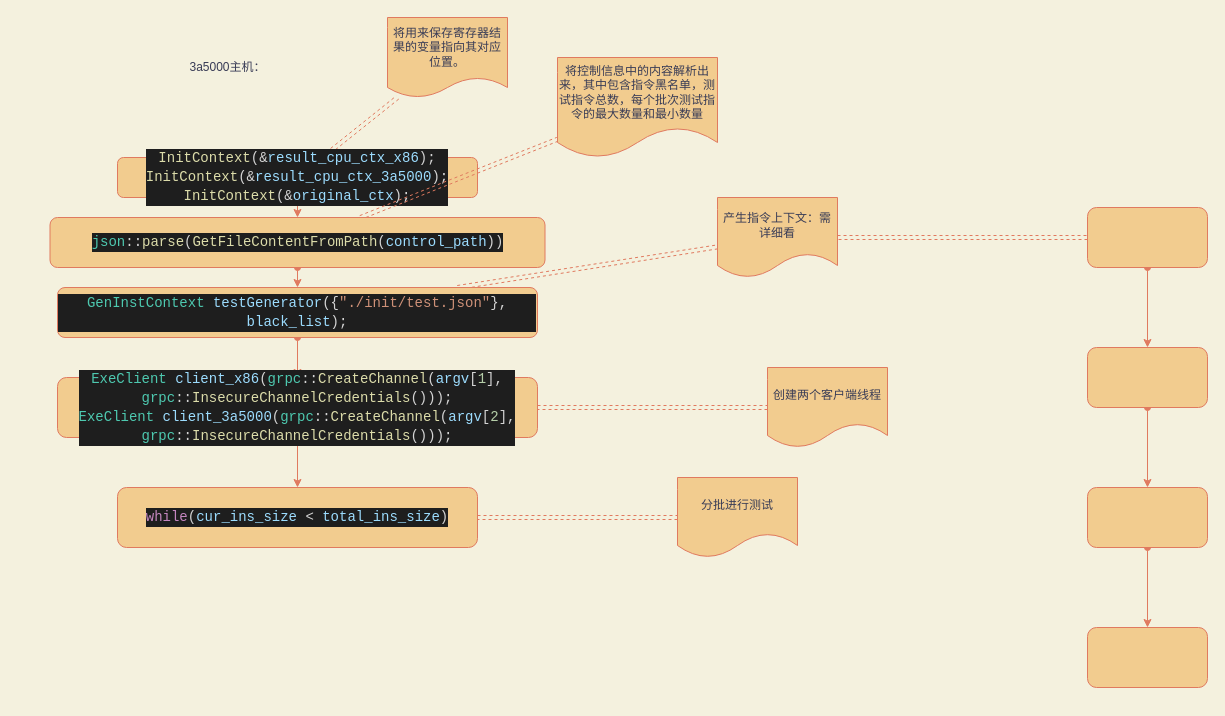
ganjue66da/ganjue66da keeps this draw.io diagram as page "Page-1" (1 of 2) of Untitled Diagram.drawio. Above is the earlier version. Source tidied: cells renumbered, new cells numbered last; positions are measured from the earlier drawing's top-left corner, leaving out a move shared by most shapes. Both pictures are drawn from the tidied source at 100%, with x=0, y=0 at pixel (49, 17).
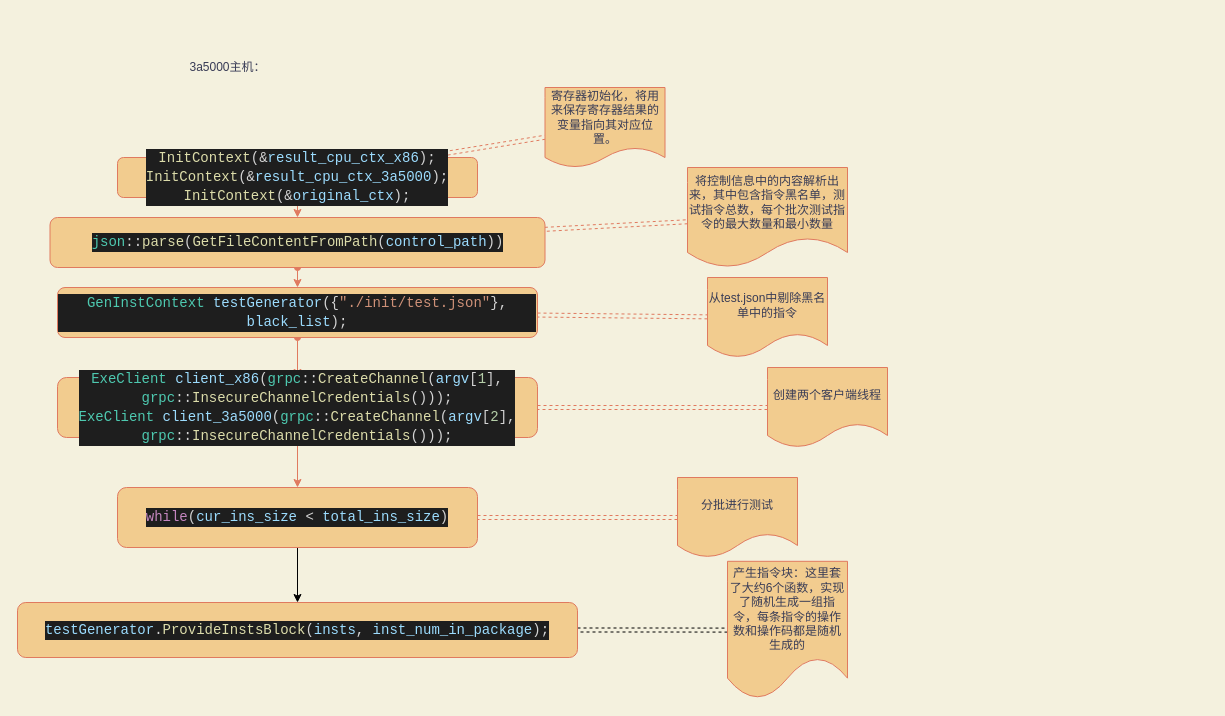
The same page after the edit.

Unchanged cells that the change refers to:
```xml
<mxCell id="17" value="&lt;div style=&quot;color: rgb(212 , 212 , 212) ; background-color: rgb(30 , 30 , 30) ; font-family: &amp;#34;droid sans mono&amp;#34; , monospace , monospace , &amp;#34;droid sans fallback&amp;#34; ; font-size: 14px ; line-height: 19px&quot;&gt;&lt;span style=&quot;color: #c586c0&quot;&gt;while&lt;/span&gt;(&lt;span style=&quot;color: #9cdcfe&quot;&gt;cur_ins_size&lt;/span&gt; &amp;lt; &lt;span style=&quot;color: #9cdcfe&quot;&gt;total_ins_size&lt;/span&gt;)&lt;/div&gt;" style="whiteSpace=wrap;html=1;rounded=1;shadow=0;fontColor=#393C56;strokeColor=#E07A5F;strokeWidth=1;fillColor=#F2CC8F;glass=0;" parent="1" vertex="1">
  <mxGeometry x="68" y="470" width="360" height="60" as="geometry" />
</mxCell>
```

Change to the diagram source:
```diff
@@
-    <mxCell id="6" value="&lt;span&gt;将用来保存寄存器结果的变量指向其对应位置。&lt;/span&gt;" style="shape=document;whiteSpace=wrap;html=1;boundedLbl=1;rounded=1;shadow=0;fontColor=#393C56;strokeColor=#E07A5F;strokeWidth=1;fillColor=#F2CC8F;glass=0;size=0.25;" parent="1" vertex="1">
-      <mxGeometry x="338" width="120" height="80" as="geometry" />
+    <mxCell id="6" value="&lt;span&gt;寄存器初始化，将用来保存寄存器结果的变量指向其对应位置。&lt;/span&gt;" style="shape=document;whiteSpace=wrap;html=1;boundedLbl=1;rounded=1;shadow=0;fontColor=#393C56;strokeColor=#E07A5F;strokeWidth=1;fillColor=#F2CC8F;glass=0;size=0.25;" parent="1" vertex="1">
+      <mxGeometry x="495.5" y="70" width="120" height="80" as="geometry" />
     </mxCell>
@@
+    <mxCell id="30" style="edgeStyle=orthogonalEdgeStyle;rounded=0;jettySize=auto;html=1;" parent="1" edge="1" source="17" target="32">
+      <mxGeometry relative="1" as="geometry" />
+    </mxCell>
@@
     <mxCell id="18" value="将控制信息中的内容解析出来，其中包含指令黑名单，测试指令总数，每个批次测试指令的最大数量和最小数量" style="shape=document;whiteSpace=wrap;html=1;boundedLbl=1;rounded=1;shadow=0;fontColor=#393C56;strokeColor=#E07A5F;strokeWidth=1;fillColor=#F2CC8F;glass=0;" parent="1" vertex="1">
-      <mxGeometry x="508" y="40" width="160" height="100" as="geometry" />
+      <mxGeometry x="638" y="150" width="160" height="100" as="geometry" />
     </mxCell>
-    <mxCell id="19" style="edgeStyle=none;shape=link;rounded=1;sketch=0;jettySize=auto;html=1;dashed=1;fontColor=#393C56;startArrow=oval;startFill=1;strokeColor=#E07A5F;fillColor=#F2CC8F;" parent="1" edge="1" source="20" target="24">
-      <mxGeometry relative="1" as="geometry" />
-    </mxCell>
-    <mxCell id="20" value="产生指令上下文：需详细看" style="shape=document;whiteSpace=wrap;html=1;boundedLbl=1;rounded=1;shadow=0;fontColor=#393C56;strokeColor=#E07A5F;strokeWidth=1;fillColor=#F2CC8F;glass=0;" parent="1" vertex="1">
-      <mxGeometry x="668" y="180" width="120" height="80" as="geometry" />
+    <mxCell id="20" value="从test.json中剔除黑名单中的指令" style="shape=document;whiteSpace=wrap;html=1;boundedLbl=1;rounded=1;shadow=0;fontColor=#393C56;strokeColor=#E07A5F;strokeWidth=1;fillColor=#F2CC8F;glass=0;" parent="1" vertex="1">
+      <mxGeometry x="658" y="260" width="120" height="80" as="geometry" />
     </mxCell>
@@
-    <mxCell id="23" style="edgeStyle=none;rounded=1;sketch=0;jettySize=auto;html=1;fontColor=#393C56;startArrow=oval;startFill=1;strokeColor=#E07A5F;fillColor=#F2CC8F;" parent="1" edge="1" source="24" target="26">
-      <mxGeometry relative="1" as="geometry" />
-    </mxCell>
-    <mxCell id="24" style="rounded=1;whiteSpace=wrap;html=1;shadow=0;fontColor=#393C56;strokeColor=#E07A5F;strokeWidth=1;fillColor=#F2CC8F;glass=0;" parent="1" vertex="1">
-      <mxGeometry x="1038" y="190" width="120" height="60" as="geometry" />
-    </mxCell>
-    <mxCell id="25" style="edgeStyle=none;rounded=1;sketch=0;jettySize=auto;html=1;fontColor=#393C56;startArrow=oval;startFill=1;strokeColor=#E07A5F;fillColor=#F2CC8F;" parent="1" edge="1" source="26" target="28">
-      <mxGeometry relative="1" as="geometry" />
-    </mxCell>
-    <mxCell id="26" style="rounded=1;whiteSpace=wrap;html=1;shadow=0;fontColor=#393C56;strokeColor=#E07A5F;strokeWidth=1;fillColor=#F2CC8F;glass=0;" parent="1" vertex="1">
-      <mxGeometry x="1038" y="330" width="120" height="60" as="geometry" />
-    </mxCell>
-    <mxCell id="27" style="edgeStyle=none;rounded=1;sketch=0;jettySize=auto;html=1;fontColor=#393C56;startArrow=oval;startFill=1;strokeColor=#E07A5F;fillColor=#F2CC8F;" parent="1" edge="1" source="28" target="29">
-      <mxGeometry relative="1" as="geometry" />
-    </mxCell>
-    <mxCell id="28" style="rounded=1;whiteSpace=wrap;html=1;shadow=0;fontColor=#393C56;strokeColor=#E07A5F;strokeWidth=1;fillColor=#F2CC8F;glass=0;" parent="1" vertex="1">
-      <mxGeometry x="1038" y="470" width="120" height="60" as="geometry" />
-    </mxCell>
-    <mxCell id="29" style="rounded=1;whiteSpace=wrap;html=1;shadow=0;fontColor=#393C56;strokeColor=#E07A5F;strokeWidth=1;fillColor=#F2CC8F;glass=0;" parent="1" vertex="1">
-      <mxGeometry x="1038" y="610" width="120" height="60" as="geometry" />
-    </mxCell>
+    <mxCell id="31" style="edgeStyle=orthogonalEdgeStyle;shape=link;rounded=0;jettySize=auto;html=1;dashed=1;" parent="1" edge="1" source="32" target="33">
+      <mxGeometry relative="1" as="geometry" />
+    </mxCell>
+    <mxCell id="32" value="&lt;div style=&quot;color: rgb(212, 212, 212); background-color: rgb(30, 30, 30); font-family: &amp;quot;droid sans mono&amp;quot;, monospace, monospace, &amp;quot;droid sans fallback&amp;quot;; font-weight: normal; font-size: 14px; line-height: 19px;&quot;&gt;&lt;div&gt;&lt;span style=&quot;color: #9cdcfe&quot;&gt;testGenerator&lt;/span&gt;&lt;span style=&quot;color: #d4d4d4&quot;&gt;.&lt;/span&gt;&lt;span style=&quot;color: #dcdcaa&quot;&gt;ProvideInstsBlock&lt;/span&gt;&lt;span style=&quot;color: #d4d4d4&quot;&gt;(&lt;/span&gt;&lt;span style=&quot;color: #9cdcfe&quot;&gt;insts&lt;/span&gt;&lt;span style=&quot;color: #d4d4d4&quot;&gt;, &lt;/span&gt;&lt;span style=&quot;color: #9cdcfe&quot;&gt;inst_num_in_package&lt;/span&gt;&lt;span style=&quot;color: #d4d4d4&quot;&gt;);&lt;/span&gt;&lt;/div&gt;&lt;/div&gt;" style="whiteSpace=wrap;html=1;rounded=1;shadow=0;fontColor=#393C56;strokeColor=#E07A5F;strokeWidth=1;fillColor=#F2CC8F;glass=0;" parent="1" vertex="1">
+      <mxGeometry x="-32" y="585" width="560" height="55" as="geometry" />
+    </mxCell>
+    <mxCell id="33" value="产生指令块：这里套了大约6个函数，实现了随机生成一组指令，每条指令的操作数和操作码都是随机生成的" style="shape=document;whiteSpace=wrap;html=1;boundedLbl=1;rounded=1;shadow=0;fontColor=#393C56;strokeColor=#E07A5F;strokeWidth=1;fillColor=#F2CC8F;glass=0;" parent="1" vertex="1">
+      <mxGeometry x="678" y="543.8" width="120" height="137.5" as="geometry" />
+    </mxCell>
```
